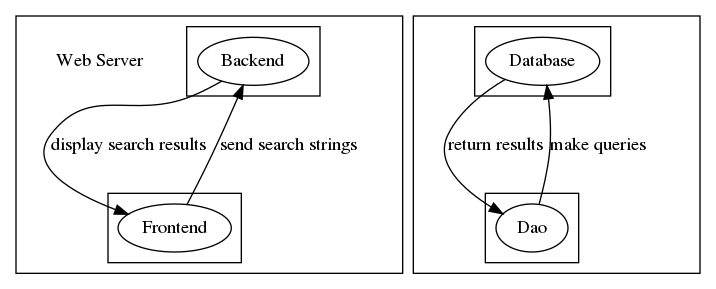
Earlier version of the Graphviz export docs/graphviz/design-model.png (pnoom/bc-search). Its source is kept beside it as docs/graphviz/design-model.gv.
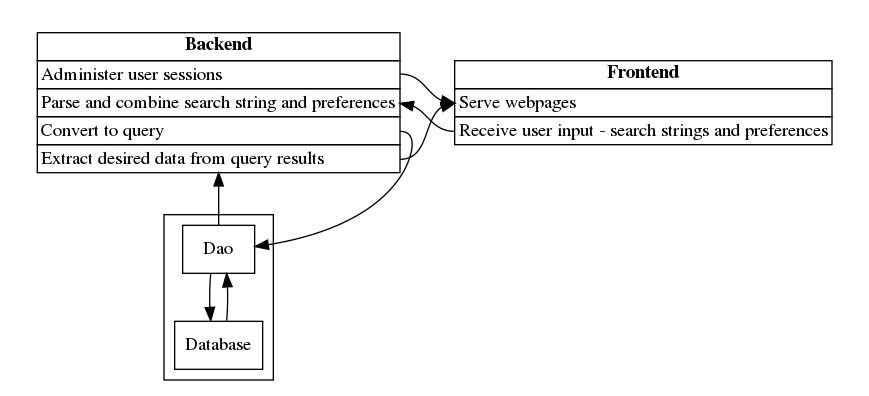
After the commit.

Commit message:
Finished design model as drafted during lab session.

The edit, as a diff of the source:
```diff
@@ -1,29 +1,46 @@
 
 digraph design {
   compound = true;
-  node [shape=ellipse];
+  node [shape=box];
 
-  subgraph cluster3 {
-    ws [label="Web Server", color=white];
-    subgraph cluster4 {
-      be [label="Backend"];
-    }
-    subgraph cluster5 {
-      fe [label="Frontend"];
-    }
-    fe -> be [label="send search strings"];
-    be -> fe [label="display search results"];
+  subgraph cluster0 {
+    color = white;
+    node [shape=plaintext];
+    backend [
+      label=<
+      <table border="0" cellborder="1" cellspacing="0">
+	<tr><td><b>Backend</b></td></tr>
+	<tr><td align="left" port="1">Administer user sessions</td></tr>
+	<tr><td align="left" port="2">Parse and combine search string and preferences</td></tr>
+	<tr><td align="left" port="3">Convert to query</td></tr>
+	<tr><td align="left" port="4">Extract desired data from query results</td></tr>
+      </table>
+      >];
   }
 
-  subgraph cluster0 {
-    subgraph cluster1 {
-      db [label="Database"];
-    }
-    subgraph cluster2 {
-      dao [label="Dao"];
-    }
-    dao -> db [label="make queries"];
-    db -> dao [label="return results"];
+  subgraph cluster1 {
+    color = white;
+    node [shape=plaintext];
+    frontend [
+      label=<
+      <table border="0" cellborder="1" cellspacing="0">
+        <tr><td><b>Frontend</b></td></tr>
+        <tr><td align="left" port="1">Serve webpages</td></tr>
+        <tr><td align="left" port="2">Receive user input - search strings and preferences</td></tr>
+      </table>
+      >];
   }
 
+  subgraph cluster2 {
+    dao [label="Dao"];
+    db [label="Database"];
+  }
+
+  backend:1 -> frontend:1 [constraint=false];
+  frontend:2 -> backend:2 [constraint=false];
+  backend:3 -> dao;
+  dao -> db;
+  db -> dao;
+  dao -> backend:4;
+  backend:4 -> frontend:1 [constraint=false];
 }
```
